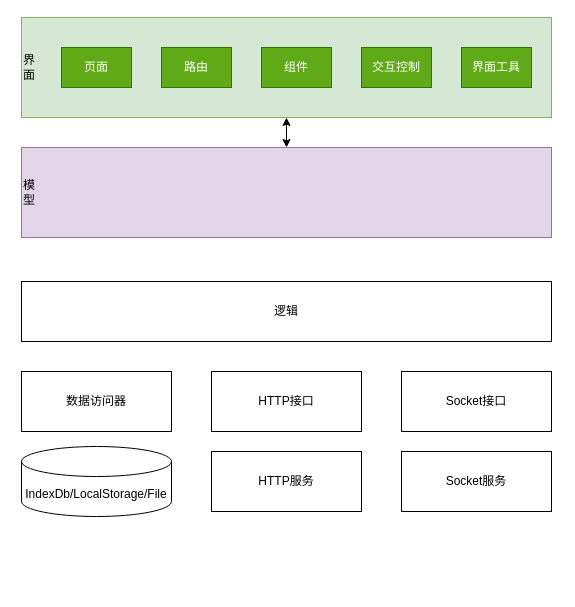
This is Untitled Diagram.drawio from xland/cnblogs, a draw.io file, before an edit. Source tidied: cells renumbered, new cells numbered last; positions are measured from the earlier drawing's top-left corner, leaving out a move shared by most shapes. Both pictures are drawn from the tidied source at 100%, with x=0, y=0 at pixel (21, 17).
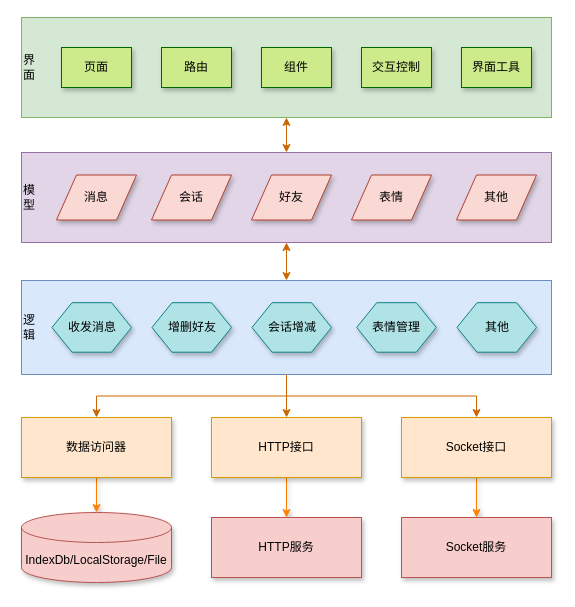
The same page after the edit.

Unchanged cells that the change refers to:
```xml
<mxCell id="2" value="界&lt;br&gt;面" style="rounded=0;whiteSpace=wrap;html=1;align=left;fillColor=#d5e8d4;strokeColor=#82b366;" parent="1" vertex="1">
  <mxGeometry width="530" height="100" as="geometry" />
</mxCell>
```

The edit, as a diff of the source:
```diff
@@
     <mxCell id="3" value="模&lt;br&gt;型" style="rounded=0;whiteSpace=wrap;html=1;align=left;fillColor=#e1d5e7;strokeColor=#9673a6;" parent="1" vertex="1">
-      <mxGeometry y="130" width="530" height="90" as="geometry" />
+      <mxGeometry y="135" width="530" height="90" as="geometry" />
     </mxCell>
+    <mxCell id="17" style="edgeStyle=orthogonalEdgeStyle;rounded=0;jettySize=auto;html=1;exitX=0.5;exitY=1;exitDx=0;exitDy=0;entryX=0.5;entryY=0;entryDx=0;entryDy=0;fillColor=#0050ef;strokeColor=#CC6600;" parent="1" edge="1" source="4" target="7">
+      <mxGeometry relative="1" as="geometry" />
+    </mxCell>
+    <mxCell id="18" style="edgeStyle=orthogonalEdgeStyle;rounded=0;jettySize=auto;html=1;exitX=0.5;exitY=1;exitDx=0;exitDy=0;entryX=0.5;entryY=0;entryDx=0;entryDy=0;fillColor=#0050ef;strokeColor=#CC6600;" parent="1" edge="1" source="4" target="6">
+      <mxGeometry relative="1" as="geometry" />
+    </mxCell>
+    <mxCell id="19" style="edgeStyle=orthogonalEdgeStyle;rounded=0;jettySize=auto;html=1;exitX=0.5;exitY=1;exitDx=0;exitDy=0;entryX=0.5;entryY=0;entryDx=0;entryDy=0;fillColor=#0050ef;strokeColor=#CC6600;" parent="1" edge="1" source="4" target="5">
+      <mxGeometry relative="1" as="geometry" />
+    </mxCell>
-    <mxCell id="4" value="逻辑" style="rounded=0;whiteSpace=wrap;html=1;" parent="1" vertex="1">
-      <mxGeometry y="264" width="530" height="60" as="geometry" />
+    <mxCell id="4" value="逻&lt;br&gt;辑" style="rounded=0;whiteSpace=wrap;html=1;align=left;fillColor=#dae8fc;strokeColor=#6c8ebf;" parent="1" vertex="1">
+      <mxGeometry y="263" width="530" height="94" as="geometry" />
     </mxCell>
+    <mxCell id="20" style="edgeStyle=orthogonalEdgeStyle;rounded=0;jettySize=auto;html=1;exitX=0.5;exitY=1;exitDx=0;exitDy=0;entryX=0.5;entryY=0;entryDx=0;entryDy=0;entryPerimeter=0;shadow=1;strokeColor=#FF8000;" parent="1" edge="1" source="5" target="10">
+      <mxGeometry relative="1" as="geometry" />
+    </mxCell>
-    <mxCell id="5" value="数据访问器" style="rounded=0;whiteSpace=wrap;html=1;" parent="1" vertex="1">
-      <mxGeometry y="354" width="150" height="60" as="geometry" />
+    <mxCell id="5" value="数据访问器" style="rounded=0;whiteSpace=wrap;html=1;fillColor=#ffe6cc;strokeColor=#d79b00;shadow=1;" parent="1" vertex="1">
+      <mxGeometry y="400" width="150" height="60" as="geometry" />
     </mxCell>
+    <mxCell id="21" style="edgeStyle=orthogonalEdgeStyle;rounded=0;jettySize=auto;html=1;exitX=0.5;exitY=1;exitDx=0;exitDy=0;entryX=0.5;entryY=0;entryDx=0;entryDy=0;shadow=1;strokeColor=#FF8000;" parent="1" edge="1" source="6" target="9">
+      <mxGeometry relative="1" as="geometry" />
+    </mxCell>
-    <mxCell id="6" value="HTTP接口" style="rounded=0;whiteSpace=wrap;html=1;" parent="1" vertex="1">
-      <mxGeometry x="190" y="354" width="150" height="60" as="geometry" />
+    <mxCell id="6" value="HTTP接口" style="rounded=0;whiteSpace=wrap;html=1;fillColor=#ffe6cc;strokeColor=#d79b00;shadow=1;" parent="1" vertex="1">
+      <mxGeometry x="190" y="400" width="150" height="60" as="geometry" />
     </mxCell>
+    <mxCell id="22" style="edgeStyle=orthogonalEdgeStyle;rounded=0;jettySize=auto;html=1;exitX=0.5;exitY=1;exitDx=0;exitDy=0;entryX=0.5;entryY=0;entryDx=0;entryDy=0;shadow=1;strokeColor=#FF8000;" parent="1" edge="1" source="7" target="8">
+      <mxGeometry relative="1" as="geometry" />
+    </mxCell>
-    <mxCell id="7" value="Socket接口" style="rounded=0;whiteSpace=wrap;html=1;" parent="1" vertex="1">
-      <mxGeometry x="380" y="354" width="150" height="60" as="geometry" />
+    <mxCell id="7" value="Socket接口" style="rounded=0;whiteSpace=wrap;html=1;fillColor=#ffe6cc;strokeColor=#d79b00;shadow=1;" parent="1" vertex="1">
+      <mxGeometry x="380" y="400" width="150" height="60" as="geometry" />
     </mxCell>
-    <mxCell id="8" value="Socket服务" style="rounded=0;whiteSpace=wrap;html=1;" parent="1" vertex="1">
-      <mxGeometry x="380" y="434" width="150" height="60" as="geometry" />
+    <mxCell id="8" value="Socket服务" style="rounded=0;whiteSpace=wrap;html=1;fillColor=#f8cecc;strokeColor=#b85450;shadow=1;" parent="1" vertex="1">
+      <mxGeometry x="380" y="500" width="150" height="60" as="geometry" />
     </mxCell>
-    <mxCell id="9" value="HTTP服务" style="rounded=0;whiteSpace=wrap;html=1;" parent="1" vertex="1">
-      <mxGeometry x="190" y="434" width="150" height="60" as="geometry" />
+    <mxCell id="9" value="HTTP服务" style="rounded=0;whiteSpace=wrap;html=1;fillColor=#f8cecc;strokeColor=#b85450;shadow=1;" parent="1" vertex="1">
+      <mxGeometry x="190" y="500" width="150" height="60" as="geometry" />
     </mxCell>
-    <mxCell id="10" value="IndexDb/LocalStorage/File" style="shape=cylinder3;whiteSpace=wrap;html=1;boundedLbl=1;backgroundOutline=1;size=15;" parent="1" vertex="1">
-      <mxGeometry y="429" width="150" height="70" as="geometry" />
+    <mxCell id="10" value="IndexDb/LocalStorage/File" style="shape=cylinder3;whiteSpace=wrap;html=1;boundedLbl=1;backgroundOutline=1;size=15;fillColor=#f8cecc;strokeColor=#b85450;shadow=1;" parent="1" vertex="1">
+      <mxGeometry y="495" width="150" height="70" as="geometry" />
     </mxCell>
-    <mxCell id="11" style="endArrow=classic;startArrow=classic;html=1;exitX=0.5;exitY=0;exitDx=0;exitDy=0;" parent="1" edge="1" source="3" target="2">
+    <mxCell id="11" style="endArrow=classic;startArrow=classic;html=1;exitX=0.5;exitY=0;exitDx=0;exitDy=0;strokeColor=#CC6600;" parent="1" edge="1" source="3" target="2">
       <mxGeometry relative="1" as="geometry" />
     </mxCell>
-    <mxCell id="12" value="页面" style="rounded=0;whiteSpace=wrap;html=1;align=center;fillColor=#60a917;strokeColor=#2D7600;fontColor=#ffffff;" parent="1" vertex="1">
+    <mxCell id="12" value="页面" style="rounded=0;whiteSpace=wrap;html=1;align=center;fillColor=#cdeb8b;shadow=1;strokeColor=#006600;" parent="1" vertex="1">
       <mxGeometry x="40" y="30" width="70" height="40" as="geometry" />
     </mxCell>
-    <mxCell id="13" value="路由" style="rounded=0;whiteSpace=wrap;html=1;align=center;fillColor=#60a917;strokeColor=#2D7600;fontColor=#ffffff;" parent="1" vertex="1">
+    <mxCell id="13" value="路由" style="rounded=0;whiteSpace=wrap;html=1;align=center;fillColor=#cdeb8b;shadow=1;strokeColor=#006600;" parent="1" vertex="1">
       <mxGeometry x="140" y="30" width="70" height="40" as="geometry" />
     </mxCell>
-    <mxCell id="14" value="组件" style="rounded=0;whiteSpace=wrap;html=1;align=center;fillColor=#60a917;strokeColor=#2D7600;fontColor=#ffffff;" parent="1" vertex="1">
+    <mxCell id="14" value="组件" style="rounded=0;whiteSpace=wrap;html=1;align=center;fillColor=#cdeb8b;shadow=1;strokeColor=#006600;" parent="1" vertex="1">
       <mxGeometry x="240" y="30" width="70" height="40" as="geometry" />
     </mxCell>
-    <mxCell id="15" value="交互控制" style="rounded=0;whiteSpace=wrap;html=1;align=center;fillColor=#60a917;strokeColor=#2D7600;fontColor=#ffffff;" parent="1" vertex="1">
+    <mxCell id="15" value="交互控制" style="rounded=0;whiteSpace=wrap;html=1;align=center;fillColor=#cdeb8b;shadow=1;strokeColor=#006600;" parent="1" vertex="1">
       <mxGeometry x="340" y="30" width="70" height="40" as="geometry" />
     </mxCell>
-    <mxCell id="16" value="界面工具" style="rounded=0;whiteSpace=wrap;html=1;align=center;fillColor=#60a917;strokeColor=#2D7600;fontColor=#ffffff;" parent="1" vertex="1">
+    <mxCell id="16" value="界面工具" style="rounded=0;whiteSpace=wrap;html=1;align=center;fillColor=#cdeb8b;shadow=1;strokeColor=#006600;" parent="1" vertex="1">
       <mxGeometry x="440" y="30" width="70" height="40" as="geometry" />
     </mxCell>
+    <mxCell id="23" value="消息" style="shape=parallelogram;perimeter=parallelogramPerimeter;whiteSpace=wrap;html=1;fixedSize=1;fillColor=#fad9d5;strokeColor=#ae4132;shadow=1;" parent="1" vertex="1">
+      <mxGeometry x="35" y="157.5" width="80" height="45" as="geometry" />
+    </mxCell>
+    <mxCell id="24" value="会话" style="shape=parallelogram;perimeter=parallelogramPerimeter;whiteSpace=wrap;html=1;fixedSize=1;fillColor=#fad9d5;strokeColor=#ae4132;shadow=1;" parent="1" vertex="1">
+      <mxGeometry x="130" y="157.5" width="80" height="45" as="geometry" />
+    </mxCell>
+    <mxCell id="25" value="好友" style="shape=parallelogram;perimeter=parallelogramPerimeter;whiteSpace=wrap;html=1;fixedSize=1;fillColor=#fad9d5;strokeColor=#ae4132;shadow=1;" parent="1" vertex="1">
+      <mxGeometry x="230" y="157.5" width="80" height="45" as="geometry" />
+    </mxCell>
+    <mxCell id="26" value="表情" style="shape=parallelogram;perimeter=parallelogramPerimeter;whiteSpace=wrap;html=1;fixedSize=1;fillColor=#fad9d5;strokeColor=#ae4132;shadow=1;" parent="1" vertex="1">
+      <mxGeometry x="330" y="157.5" width="80" height="45" as="geometry" />
+    </mxCell>
+    <mxCell id="27" value="其他" style="shape=parallelogram;perimeter=parallelogramPerimeter;whiteSpace=wrap;html=1;fixedSize=1;fillColor=#fad9d5;strokeColor=#ae4132;shadow=1;" parent="1" vertex="1">
+      <mxGeometry x="435" y="157.5" width="80" height="45" as="geometry" />
+    </mxCell>
+    <mxCell id="28" value="收发消息" style="shape=hexagon;perimeter=hexagonPerimeter2;whiteSpace=wrap;html=1;fixedSize=1;align=center;fillColor=#b0e3e6;strokeColor=#0e8088;shadow=1;" parent="1" vertex="1">
+      <mxGeometry x="30.5" y="285.2" width="79.5" height="49.5" as="geometry" />
+    </mxCell>
+    <mxCell id="29" value="会话增减" style="shape=hexagon;perimeter=hexagonPerimeter2;whiteSpace=wrap;html=1;fixedSize=1;align=center;fillColor=#b0e3e6;strokeColor=#0e8088;shadow=1;" parent="1" vertex="1">
+      <mxGeometry x="230.5" y="285.2" width="79.5" height="49.5" as="geometry" />
+    </mxCell>
+    <mxCell id="30" value="表情管理" style="shape=hexagon;perimeter=hexagonPerimeter2;whiteSpace=wrap;html=1;fixedSize=1;align=center;fillColor=#b0e3e6;strokeColor=#0e8088;shadow=1;" parent="1" vertex="1">
+      <mxGeometry x="335.2" y="285.2" width="79.5" height="49.5" as="geometry" />
+    </mxCell>
+    <mxCell id="31" value="其他" style="shape=hexagon;perimeter=hexagonPerimeter2;whiteSpace=wrap;html=1;fixedSize=1;align=center;fillColor=#b0e3e6;strokeColor=#0e8088;shadow=1;" parent="1" vertex="1">
+      <mxGeometry x="435.5" y="285.2" width="79.5" height="49.5" as="geometry" />
+    </mxCell>
+    <mxCell id="32" value="增删好友" style="shape=hexagon;perimeter=hexagonPerimeter2;whiteSpace=wrap;html=1;fixedSize=1;align=center;fillColor=#b0e3e6;strokeColor=#0e8088;shadow=1;" parent="1" vertex="1">
+      <mxGeometry x="130.5" y="285.2" width="79.5" height="49.5" as="geometry" />
+    </mxCell>
+    <mxCell id="33" style="endArrow=classic;startArrow=classic;html=1;entryX=0.5;entryY=1;entryDx=0;entryDy=0;exitX=0.5;exitY=0;exitDx=0;exitDy=0;strokeColor=#CC6600;" parent="1" edge="1" source="4" target="3">
+      <mxGeometry relative="1" as="geometry" />
+    </mxCell>
```
